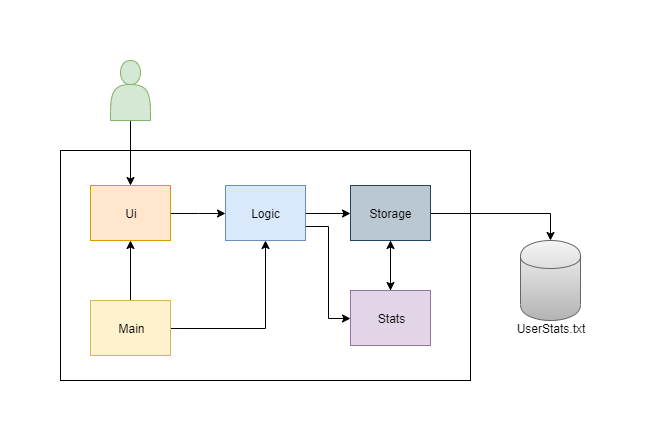
Before: docs/images/ArchitectureDiagram.png, a diagram exported from draw.io (sevenmatt7/main). Source tidied: cells renumbered, new cells last; positions are measured from the earlier drawing's top-left corner, leaving out a move shared by most shapes. The source it was exported from:
```xml
<mxGraphModel>
  <root>
    <mxCell id="0" />
    <mxCell id="1" parent="0" />
    <mxCell id="2" style="rounded=0;whiteSpace=wrap;html=1;" parent="1" vertex="1">
      <mxGeometry y="90" width="410" height="230" as="geometry" />
    </mxCell>
    <mxCell id="3" style="shape=cylinder;whiteSpace=wrap;html=1;boundedLbl=1;backgroundOutline=1;fillColor=#f5f5f5;strokeColor=#666666;gradientColor=#b3b3b3;" parent="1" vertex="1">
      <mxGeometry x="460" y="180" width="60" height="80" as="geometry" />
    </mxCell>
    <mxCell id="4" value="UserStats.txt" style="text;html=1;strokeColor=none;fillColor=none;align=center;verticalAlign=middle;whiteSpace=wrap;rounded=0;" parent="1" vertex="1">
      <mxGeometry x="470" y="257.5" width="40" height="20" as="geometry" />
    </mxCell>
    <mxCell id="5" style="edgeStyle=orthogonalEdgeStyle;rounded=0;jettySize=auto;html=1;exitX=0.5;exitY=1;exitDx=0;exitDy=0;entryX=0.5;entryY=0;entryDx=0;entryDy=0;" parent="1" edge="1" source="6" target="8">
      <mxGeometry relative="1" as="geometry" />
    </mxCell>
    <mxCell id="6" style="shape=actor;whiteSpace=wrap;html=1;fillColor=#d5e8d4;strokeColor=#82b366;" parent="1" vertex="1">
      <mxGeometry x="50" width="40" height="60" as="geometry" />
    </mxCell>
    <mxCell id="7" style="edgeStyle=orthogonalEdgeStyle;rounded=0;jettySize=auto;html=1;exitX=1;exitY=0.5;exitDx=0;exitDy=0;" parent="1" edge="1" source="8" target="11">
      <mxGeometry relative="1" as="geometry" />
    </mxCell>
    <mxCell id="8" value="Ui" style="rounded=0;whiteSpace=wrap;html=1;fillColor=#ffe6cc;strokeColor=#d79b00;" parent="1" vertex="1">
      <mxGeometry x="30" y="125" width="80" height="55" as="geometry" />
    </mxCell>
    <mxCell id="9" style="edgeStyle=orthogonalEdgeStyle;rounded=0;jettySize=auto;html=1;exitX=1;exitY=0.5;exitDx=0;exitDy=0;entryX=0;entryY=0.5;entryDx=0;entryDy=0;" parent="1" edge="1" source="11" target="14">
      <mxGeometry relative="1" as="geometry" />
    </mxCell>
    <mxCell id="10" style="edgeStyle=orthogonalEdgeStyle;rounded=0;jettySize=auto;html=1;exitX=1;exitY=0.75;exitDx=0;exitDy=0;entryX=0;entryY=0.5;entryDx=0;entryDy=0;" parent="1" edge="1" source="11" target="19">
      <mxGeometry relative="1" as="geometry" />
    </mxCell>
    <mxCell id="11" value="Logic" style="rounded=0;whiteSpace=wrap;html=1;fillColor=#dae8fc;strokeColor=#6c8ebf;" parent="1" vertex="1">
      <mxGeometry x="165" y="125" width="80" height="55" as="geometry" />
    </mxCell>
    <mxCell id="12" style="edgeStyle=orthogonalEdgeStyle;rounded=0;jettySize=auto;html=1;exitX=1;exitY=0.5;exitDx=0;exitDy=0;entryX=0.5;entryY=0;entryDx=0;entryDy=0;" parent="1" edge="1" source="14" target="3">
      <mxGeometry relative="1" as="geometry" />
    </mxCell>
    <mxCell id="13" style="edgeStyle=orthogonalEdgeStyle;rounded=0;jettySize=auto;html=1;exitX=0.5;exitY=1;exitDx=0;exitDy=0;" parent="1" edge="1" source="14">
      <mxGeometry relative="1" as="geometry">
        <mxPoint x="330" y="230" as="targetPoint" />
      </mxGeometry>
    </mxCell>
    <mxCell id="14" value="Storage" style="rounded=0;whiteSpace=wrap;html=1;fillColor=#bac8d3;strokeColor=#23445d;" parent="1" vertex="1">
      <mxGeometry x="290" y="125" width="80" height="55" as="geometry" />
    </mxCell>
    <mxCell id="15" style="edgeStyle=orthogonalEdgeStyle;rounded=0;jettySize=auto;html=1;exitX=0.5;exitY=0;exitDx=0;exitDy=0;" parent="1" edge="1" source="17" target="8">
      <mxGeometry relative="1" as="geometry" />
    </mxCell>
    <mxCell id="16" style="edgeStyle=orthogonalEdgeStyle;rounded=0;jettySize=auto;html=1;exitX=1;exitY=0.5;exitDx=0;exitDy=0;" parent="1" edge="1" source="17" target="11">
      <mxGeometry relative="1" as="geometry" />
    </mxCell>
    <mxCell id="17" value="Main" style="rounded=0;whiteSpace=wrap;html=1;fillColor=#fff2cc;strokeColor=#d6b656;" parent="1" vertex="1">
      <mxGeometry x="30" y="240" width="80" height="55" as="geometry" />
    </mxCell>
    <mxCell id="18" style="edgeStyle=orthogonalEdgeStyle;rounded=0;jettySize=auto;html=1;exitX=0.5;exitY=0;exitDx=0;exitDy=0;entryX=0.5;entryY=1;entryDx=0;entryDy=0;" parent="1" edge="1" source="19" target="14">
      <mxGeometry relative="1" as="geometry" />
    </mxCell>
    <mxCell id="19" value="Stats" style="rounded=0;whiteSpace=wrap;html=1;fillColor=#e1d5e7;strokeColor=#9673a6;" parent="1" vertex="1">
      <mxGeometry x="290" y="230" width="80" height="55" as="geometry" />
    </mxCell>
  </root>
</mxGraphModel>
```
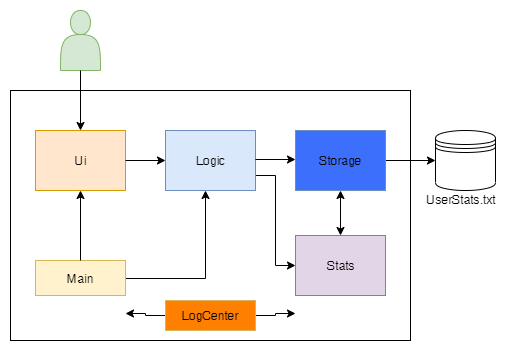
Later version of the same file.

Diff of the diagram source:
```diff
@@ -2,61 +2,81 @@
   <root>
     <mxCell id="0" />
     <mxCell id="1" parent="0" />
-    <mxCell id="2" style="rounded=0;whiteSpace=wrap;html=1;" parent="1" vertex="1">
-      <mxGeometry y="90" width="410" height="230" as="geometry" />
-    </mxCell>
-    <mxCell id="3" style="shape=cylinder;whiteSpace=wrap;html=1;boundedLbl=1;backgroundOutline=1;fillColor=#f5f5f5;strokeColor=#666666;gradientColor=#b3b3b3;" parent="1" vertex="1">
-      <mxGeometry x="460" y="180" width="60" height="80" as="geometry" />
-    </mxCell>
-    <mxCell id="4" value="UserStats.txt" style="text;html=1;strokeColor=none;fillColor=none;align=center;verticalAlign=middle;whiteSpace=wrap;rounded=0;" parent="1" vertex="1">
-      <mxGeometry x="470" y="257.5" width="40" height="20" as="geometry" />
-    </mxCell>
-    <mxCell id="5" style="edgeStyle=orthogonalEdgeStyle;rounded=0;jettySize=auto;html=1;exitX=0.5;exitY=1;exitDx=0;exitDy=0;entryX=0.5;entryY=0;entryDx=0;entryDy=0;" parent="1" edge="1" source="6" target="8">
-      <mxGeometry relative="1" as="geometry" />
-    </mxCell>
-    <mxCell id="6" style="shape=actor;whiteSpace=wrap;html=1;fillColor=#d5e8d4;strokeColor=#82b366;" parent="1" vertex="1">
-      <mxGeometry x="50" width="40" height="60" as="geometry" />
-    </mxCell>
-    <mxCell id="7" style="edgeStyle=orthogonalEdgeStyle;rounded=0;jettySize=auto;html=1;exitX=1;exitY=0.5;exitDx=0;exitDy=0;" parent="1" edge="1" source="8" target="11">
-      <mxGeometry relative="1" as="geometry" />
-    </mxCell>
+    <mxCell id="20" style="rounded=0;whiteSpace=wrap;html=1;" parent="1" vertex="1">
+      <mxGeometry x="25" width="400" height="250" as="geometry" />
+    </mxCell>
     <mxCell id="8" value="Ui" style="rounded=0;whiteSpace=wrap;html=1;fillColor=#ffe6cc;strokeColor=#d79b00;" parent="1" vertex="1">
-      <mxGeometry x="30" y="125" width="80" height="55" as="geometry" />
+      <mxGeometry x="50" y="40" width="90" height="60" as="geometry" />
     </mxCell>
-    <mxCell id="9" style="edgeStyle=orthogonalEdgeStyle;rounded=0;jettySize=auto;html=1;exitX=1;exitY=0.5;exitDx=0;exitDy=0;entryX=0;entryY=0.5;entryDx=0;entryDy=0;" parent="1" edge="1" source="11" target="14">
-      <mxGeometry relative="1" as="geometry" />
-    </mxCell>
     <mxCell id="10" style="edgeStyle=orthogonalEdgeStyle;rounded=0;jettySize=auto;html=1;exitX=1;exitY=0.75;exitDx=0;exitDy=0;entryX=0;entryY=0.5;entryDx=0;entryDy=0;" parent="1" edge="1" source="11" target="19">
       <mxGeometry relative="1" as="geometry" />
     </mxCell>
     <mxCell id="11" value="Logic" style="rounded=0;whiteSpace=wrap;html=1;fillColor=#dae8fc;strokeColor=#6c8ebf;" parent="1" vertex="1">
-      <mxGeometry x="165" y="125" width="80" height="55" as="geometry" />
+      <mxGeometry x="180" y="40" width="90" height="60" as="geometry" />
     </mxCell>
-    <mxCell id="12" style="edgeStyle=orthogonalEdgeStyle;rounded=0;jettySize=auto;html=1;exitX=1;exitY=0.5;exitDx=0;exitDy=0;entryX=0.5;entryY=0;entryDx=0;entryDy=0;" parent="1" edge="1" source="14" target="3">
-      <mxGeometry relative="1" as="geometry" />
-    </mxCell>
-    <mxCell id="13" style="edgeStyle=orthogonalEdgeStyle;rounded=0;jettySize=auto;html=1;exitX=0.5;exitY=1;exitDx=0;exitDy=0;" parent="1" edge="1" source="14">
-      <mxGeometry relative="1" as="geometry">
-        <mxPoint x="330" y="230" as="targetPoint" />
-      </mxGeometry>
-    </mxCell>
+    <mxCell id="21" style="edgeStyle=orthogonalEdgeStyle;rounded=0;jettySize=auto;html=1;exitX=1;exitY=0.5;exitDx=0;exitDy=0;" parent="1" edge="1" source="17">
+      <mxGeometry relative="1" as="geometry">
+        <mxPoint x="220" y="100" as="targetPoint" />
+        <Array as="points">
+          <mxPoint x="220" y="188" />
+        </Array>
+      </mxGeometry>
+    </mxCell>
+    <mxCell id="17" value="Main" style="rounded=0;whiteSpace=wrap;html=1;fillColor=#fff2cc;strokeColor=#d6b656;" parent="1" vertex="1">
+      <mxGeometry x="50" y="170" width="90" height="35" as="geometry" />
+    </mxCell>
+    <mxCell id="19" value="Stats" style="rounded=0;whiteSpace=wrap;html=1;fillColor=#e1d5e7;strokeColor=#9673a6;" parent="1" vertex="1">
+      <mxGeometry x="310" y="145" width="90" height="60" as="geometry" />
+    </mxCell>
+    <mxCell id="22" style="shape=actor;whiteSpace=wrap;html=1;fillColor=#d5e8d4;strokeColor=#82b366;" parent="1" vertex="1">
+      <mxGeometry x="75" y="-80" width="40" height="60" as="geometry" />
+    </mxCell>
+    <mxCell id="23" style="endArrow=classic;html=1;entryX=0.5;entryY=1;entryDx=0;entryDy=0;" parent="1" edge="1" target="8">
+      <mxGeometry relative="1" as="geometry">
+        <mxPoint x="95" y="170" as="sourcePoint" />
+      </mxGeometry>
+    </mxCell>
+    <mxCell id="24" style="endArrow=classic;html=1;entryX=0.5;entryY=0;entryDx=0;entryDy=0;" parent="1" edge="1" target="8">
+      <mxGeometry relative="1" as="geometry">
+        <mxPoint x="95" y="-20" as="sourcePoint" />
+      </mxGeometry>
+    </mxCell>
+    <mxCell id="7" style="endArrow=classic;html=1;entryX=0;entryY=0.5;entryDx=0;entryDy=0;exitX=1;exitY=0.5;exitDx=0;exitDy=0;" parent="1" edge="1" source="8" target="11">
+      <mxGeometry relative="1" as="geometry" />
+    </mxCell>
+    <mxCell id="25" style="endArrow=classic;html=1;exitX=1;exitY=0.5;exitDx=0;exitDy=0;" parent="1" edge="1">
+      <mxGeometry relative="1" as="geometry">
+        <mxPoint x="270" y="69" as="sourcePoint" />
+        <mxPoint x="310" y="69" as="targetPoint" />
+      </mxGeometry>
+    </mxCell>
+    <mxCell id="26" style="shape=datastore;whiteSpace=wrap;html=1;" parent="1" vertex="1">
+      <mxGeometry x="450" y="40" width="60" height="60" as="geometry" />
+    </mxCell>
+    <mxCell id="4" value="UserStats.txt" style="text;html=1;align=left;verticalAlign=top;spacingTop=-4;" parent="1" vertex="1">
+      <mxGeometry x="440" y="100" width="80" height="20" as="geometry" />
+    </mxCell>
+    <mxCell id="27" style="edgeStyle=orthogonalEdgeStyle;rounded=0;jettySize=auto;html=1;exitX=1;exitY=0.5;exitDx=0;exitDy=0;" parent="1" edge="1" source="14" target="26">
+      <mxGeometry relative="1" as="geometry" />
+    </mxCell>
-    <mxCell id="14" value="Storage" style="rounded=0;whiteSpace=wrap;html=1;fillColor=#bac8d3;strokeColor=#23445d;" parent="1" vertex="1">
-      <mxGeometry x="290" y="125" width="80" height="55" as="geometry" />
+    <mxCell id="14" value="Storage" style="rounded=0;whiteSpace=wrap;html=1;fillColor=#3C70FC;strokeColor=#6c8ebf;" parent="1" vertex="1">
+      <mxGeometry x="310" y="40" width="90" height="60" as="geometry" />
     </mxCell>
-    <mxCell id="15" style="edgeStyle=orthogonalEdgeStyle;rounded=0;jettySize=auto;html=1;exitX=0.5;exitY=0;exitDx=0;exitDy=0;" parent="1" edge="1" source="17" target="8">
-      <mxGeometry relative="1" as="geometry" />
-    </mxCell>
-    <mxCell id="16" style="edgeStyle=orthogonalEdgeStyle;rounded=0;jettySize=auto;html=1;exitX=1;exitY=0.5;exitDx=0;exitDy=0;" parent="1" edge="1" source="17" target="11">
-      <mxGeometry relative="1" as="geometry" />
-    </mxCell>
-    <mxCell id="17" value="Main" style="rounded=0;whiteSpace=wrap;html=1;fillColor=#fff2cc;strokeColor=#d6b656;" parent="1" vertex="1">
-      <mxGeometry x="30" y="240" width="80" height="55" as="geometry" />
-    </mxCell>
+    <mxCell id="28" style="edgeStyle=orthogonalEdgeStyle;rounded=0;jettySize=auto;html=1;" parent="1" edge="1" source="30">
+      <mxGeometry relative="1" as="geometry">
+        <mxPoint x="140" y="223" as="targetPoint" />
+      </mxGeometry>
+    </mxCell>
+    <mxCell id="29" style="edgeStyle=orthogonalEdgeStyle;rounded=0;jettySize=auto;html=1;" parent="1" edge="1" source="30">
+      <mxGeometry relative="1" as="geometry">
+        <mxPoint x="310" y="223" as="targetPoint" />
+      </mxGeometry>
+    </mxCell>
+    <mxCell id="30" value="LogCenter" style="rounded=0;whiteSpace=wrap;html=1;fillColor=#FF8000;strokeColor=#d6b656;shadow=0;" parent="1" vertex="1">
+      <mxGeometry x="180" y="210" width="90" height="30" as="geometry" />
+    </mxCell>
-    <mxCell id="18" style="edgeStyle=orthogonalEdgeStyle;rounded=0;jettySize=auto;html=1;exitX=0.5;exitY=0;exitDx=0;exitDy=0;entryX=0.5;entryY=1;entryDx=0;entryDy=0;" parent="1" edge="1" source="19" target="14">
+    <mxCell id="18" style="endArrow=classic;startArrow=classic;html=1;exitX=0.5;exitY=0;exitDx=0;exitDy=0;" parent="1" edge="1" source="19" target="14">
       <mxGeometry relative="1" as="geometry" />
     </mxCell>
-    <mxCell id="19" value="Stats" style="rounded=0;whiteSpace=wrap;html=1;fillColor=#e1d5e7;strokeColor=#9673a6;" parent="1" vertex="1">
-      <mxGeometry x="290" y="230" width="80" height="55" as="geometry" />
-    </mxCell>
   </root>
 </mxGraphModel>
```
